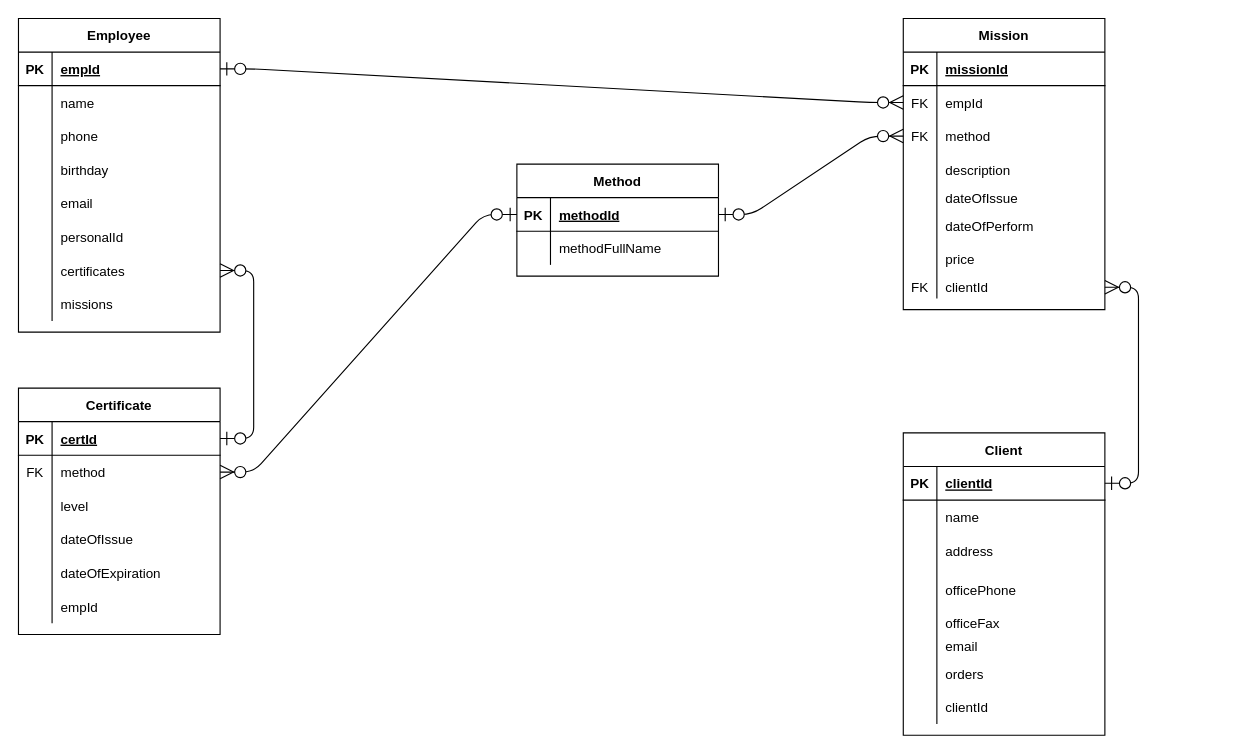
Earlier version of the draw.io diagram Untitled Diagram.drawio (Ynon-Oz/MorexSite2). Source tidied: cells renumbered, new cells numbered last; positions are measured from the earlier drawing's top-left corner, leaving out a move shared by most shapes. Both pictures are drawn from the tidied source at 112%, with x=0, y=0 at pixel (18, 18).
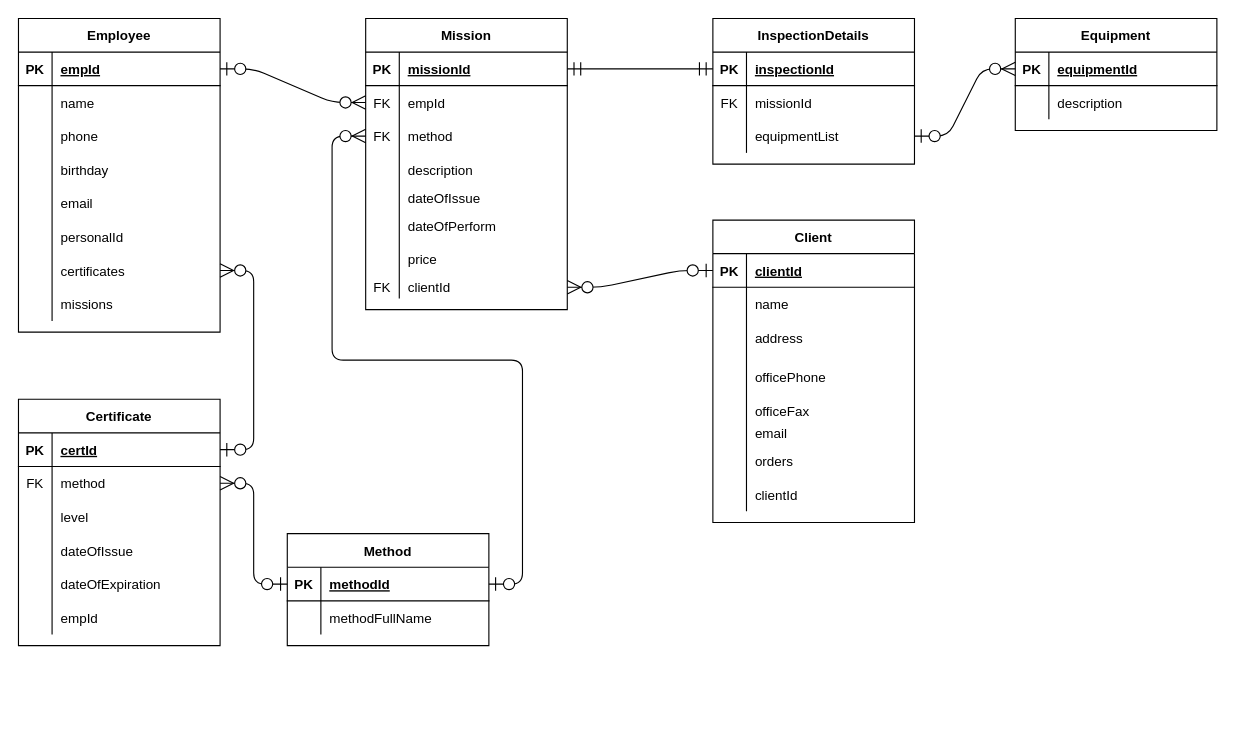
The same page after the edit.

The change refers to these unchanged cells:
```xml
<mxCell id="47" style="shape=partialRectangle;fillColor=none;top=0;left=0;bottom=1;right=0;points=[[0,0.5],[1,0.5]];portConstraint=eastwest;" parent="46" vertex="1">
  <mxGeometry y="30" width="180" height="30" as="geometry" />
</mxCell>
<mxCell id="53" style="shape=partialRectangle;fillColor=none;top=0;left=0;bottom=0;right=0;points=[[0,0.5],[1,0.5]];portConstraint=eastwest;" parent="46" vertex="1">
  <mxGeometry y="90" width="180" height="30" as="geometry" />
</mxCell>
<mxCell id="97" style="shape=partialRectangle;fillColor=none;top=0;left=0;bottom=1;right=0;points=[[0,0.5],[1,0.5]];portConstraint=eastwest;" parent="96" vertex="1">
  <mxGeometry y="30" width="180" height="30" as="geometry" />
</mxCell>
```

Change to the diagram source:
```diff
@@
     <mxCell id="27" value="Certificate" style="shape=table;startSize=30;childLayout=tableLayout;rowLines=0;fontStyle=1;align=center;" parent="1" vertex="1">
-      <mxGeometry y="330" width="180" height="220" as="geometry" />
+      <mxGeometry y="340" width="180" height="220" as="geometry" />
     </mxCell>
@@
     <mxCell id="46" value="Mission" style="shape=table;startSize=30;childLayout=tableLayout;rowLines=0;fontStyle=1;align=center;" parent="1" vertex="1">
-      <mxGeometry x="790" width="180" height="260" as="geometry" />
+      <mxGeometry x="310" width="180" height="260" as="geometry" />
     </mxCell>
@@
     <mxCell id="71" value="Client" style="shape=table;startSize=30;childLayout=tableLayout;rowLines=0;fontStyle=1;align=center;" parent="1" vertex="1">
-      <mxGeometry x="790" y="370" width="180" height="270" as="geometry" />
+      <mxGeometry x="620" y="180" width="180" height="270" as="geometry" />
     </mxCell>
@@
     <mxCell id="96" value="Method" style="shape=table;startSize=30;childLayout=tableLayout;rowLines=0;fontStyle=1;align=center;" parent="1" vertex="1">
-      <mxGeometry x="445" y="130" width="180" height="100" as="geometry" />
+      <mxGeometry x="240" y="460" width="180" height="100" as="geometry" />
     </mxCell>
@@
-    <mxCell id="107" style="edgeStyle=entityRelationEdgeStyle;fontSize=12;html=1;endArrow=ERzeroToMany;startArrow=ERzeroToOne;endSize=10;startSize=10;" parent="1" edge="1" source="97" target="53">
-      <mxGeometry relative="1" as="geometry" />
+    <mxCell id="107" style="edgeStyle=entityRelationEdgeStyle;fontSize=12;html=1;endArrow=ERzeroToMany;startArrow=ERzeroToOne;endSize=10;startSize=10;" parent="1" edge="1" source="97">
+      <mxGeometry relative="1" as="geometry">
+        <mxPoint x="310" y="105" as="targetPoint" />
+      </mxGeometry>
     </mxCell>
+    <mxCell id="108" value="InspectionDetails" style="shape=table;startSize=30;childLayout=tableLayout;rowLines=0;fontStyle=1;align=center;" parent="1" vertex="1">
+      <mxGeometry x="620" width="180" height="130" as="geometry" />
+    </mxCell>
+    <mxCell id="109" style="shape=partialRectangle;fillColor=none;top=0;left=0;bottom=1;right=0;points=[[0,0.5],[1,0.5]];portConstraint=eastwest;" parent="108" vertex="1">
+      <mxGeometry y="30" width="180" height="30" as="geometry" />
+    </mxCell>
+    <mxCell id="110" value="PK" style="shape=partialRectangle;fillColor=none;top=0;left=0;bottom=0;right=0;fontStyle=1;overflow=hidden;" parent="109" vertex="1">
+      <mxGeometry width="30" height="30" as="geometry" />
+    </mxCell>
+    <mxCell id="111" value="inspectionId" style="shape=partialRectangle;fillColor=none;top=0;left=0;bottom=0;right=0;align=left;spacingLeft=6;fontStyle=5;overflow=hidden;" parent="109" vertex="1">
+      <mxGeometry x="30" width="150" height="30" as="geometry" />
+    </mxCell>
+    <mxCell id="112" style="shape=partialRectangle;fillColor=none;top=0;left=0;bottom=0;right=0;" parent="108" vertex="1">
+      <mxGeometry y="60" width="180" height="30" as="geometry" />
+    </mxCell>
+    <mxCell id="113" value="FK" style="shape=partialRectangle;fillColor=none;top=0;left=0;bottom=0;right=0;overflow=hidden;" parent="112" vertex="1">
+      <mxGeometry width="30" height="30" as="geometry" />
+    </mxCell>
+    <mxCell id="114" value="missionId" style="shape=partialRectangle;fillColor=none;top=0;left=0;bottom=0;right=0;align=left;spacingLeft=6;overflow=hidden;" parent="112" vertex="1">
+      <mxGeometry x="30" width="150" height="30" as="geometry" />
+    </mxCell>
+    <mxCell id="115" style="shape=partialRectangle;fillColor=none;top=0;left=0;bottom=0;right=0;points=[[0,0.5],[1,0.5]];portConstraint=eastwest;" parent="108" vertex="1">
+      <mxGeometry y="90" width="180" height="30" as="geometry" />
+    </mxCell>
+    <mxCell id="116" style="shape=partialRectangle;fillColor=none;top=0;left=0;bottom=0;right=0;overflow=hidden;" parent="115" vertex="1">
+      <mxGeometry width="30" height="30" as="geometry" />
+    </mxCell>
+    <mxCell id="117" value="equipmentList" style="shape=partialRectangle;fillColor=none;top=0;left=0;bottom=0;right=0;align=left;spacingLeft=6;overflow=hidden;" parent="115" vertex="1">
+      <mxGeometry x="30" width="150" height="30" as="geometry" />
+    </mxCell>
+    <mxCell id="118" value="Equipment" style="shape=table;startSize=30;childLayout=tableLayout;rowLines=0;fontStyle=1;align=center;" parent="1" vertex="1">
+      <mxGeometry x="890" width="180" height="100" as="geometry" />
+    </mxCell>
+    <mxCell id="119" style="shape=partialRectangle;fillColor=none;top=0;left=0;bottom=1;right=0;points=[[0,0.5],[1,0.5]];portConstraint=eastwest;" parent="118" vertex="1">
+      <mxGeometry y="30" width="180" height="30" as="geometry" />
+    </mxCell>
+    <mxCell id="120" value="PK" style="shape=partialRectangle;fillColor=none;top=0;left=0;bottom=0;right=0;fontStyle=1;overflow=hidden;" parent="119" vertex="1">
+      <mxGeometry width="30" height="30" as="geometry" />
+    </mxCell>
+    <mxCell id="121" value="equipmentId" style="shape=partialRectangle;fillColor=none;top=0;left=0;bottom=0;right=0;align=left;spacingLeft=6;fontStyle=5;overflow=hidden;" parent="119" vertex="1">
+      <mxGeometry x="30" width="150" height="30" as="geometry" />
+    </mxCell>
+    <mxCell id="122" style="shape=partialRectangle;fillColor=none;top=0;left=0;bottom=0;right=0;" parent="118" vertex="1">
+      <mxGeometry y="60" width="180" height="30" as="geometry" />
+    </mxCell>
+    <mxCell id="123" style="shape=partialRectangle;fillColor=none;top=0;left=0;bottom=0;right=0;overflow=hidden;" parent="122" vertex="1">
+      <mxGeometry width="30" height="30" as="geometry" />
+    </mxCell>
+    <mxCell id="124" value="description" style="shape=partialRectangle;fillColor=none;top=0;left=0;bottom=0;right=0;align=left;spacingLeft=6;overflow=hidden;" parent="122" vertex="1">
+      <mxGeometry x="30" width="150" height="30" as="geometry" />
+    </mxCell>
+    <mxCell id="125" style="edgeStyle=entityRelationEdgeStyle;fontSize=12;html=1;endArrow=ERzeroToMany;startArrow=ERzeroToOne;endSize=10;startSize=10;" parent="1" edge="1" source="115" target="119">
+      <mxGeometry relative="1" as="geometry" />
+    </mxCell>
+    <mxCell id="126" style="edgeStyle=entityRelationEdgeStyle;fontSize=12;html=1;endArrow=ERmandOne;startArrow=ERmandOne;endSize=10;startSize=10;shadow=0;" parent="1" edge="1" source="109" target="47">
+      <mxGeometry relative="1" as="geometry" />
+    </mxCell>
```
